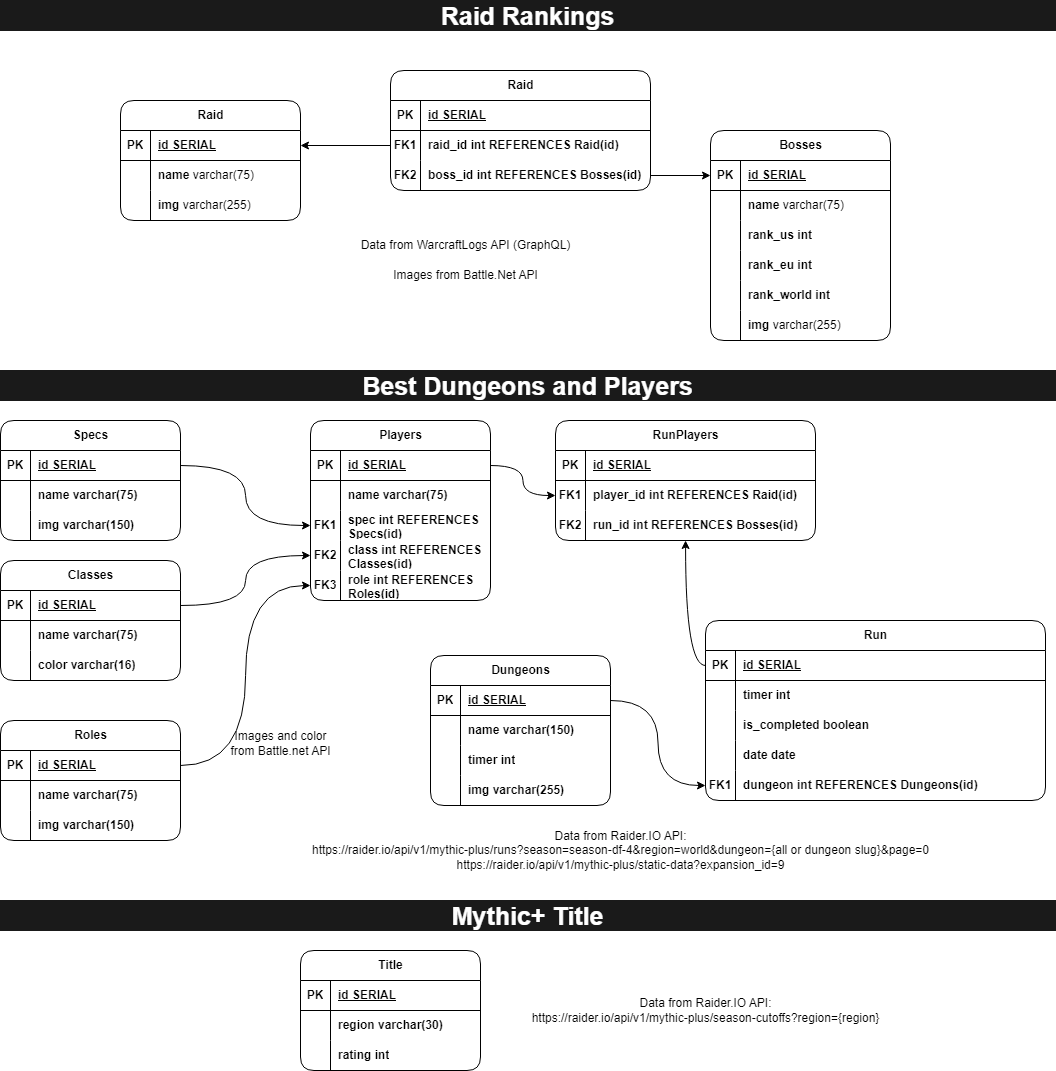
Above: assets/diagrams-entities-relationship.drawio.png in equix1/wow-info (draw.io), before the change. Source tidied: cells renumbered, new cells last; positions are measured from the earlier drawing's top-left corner, leaving out a move shared by most shapes.
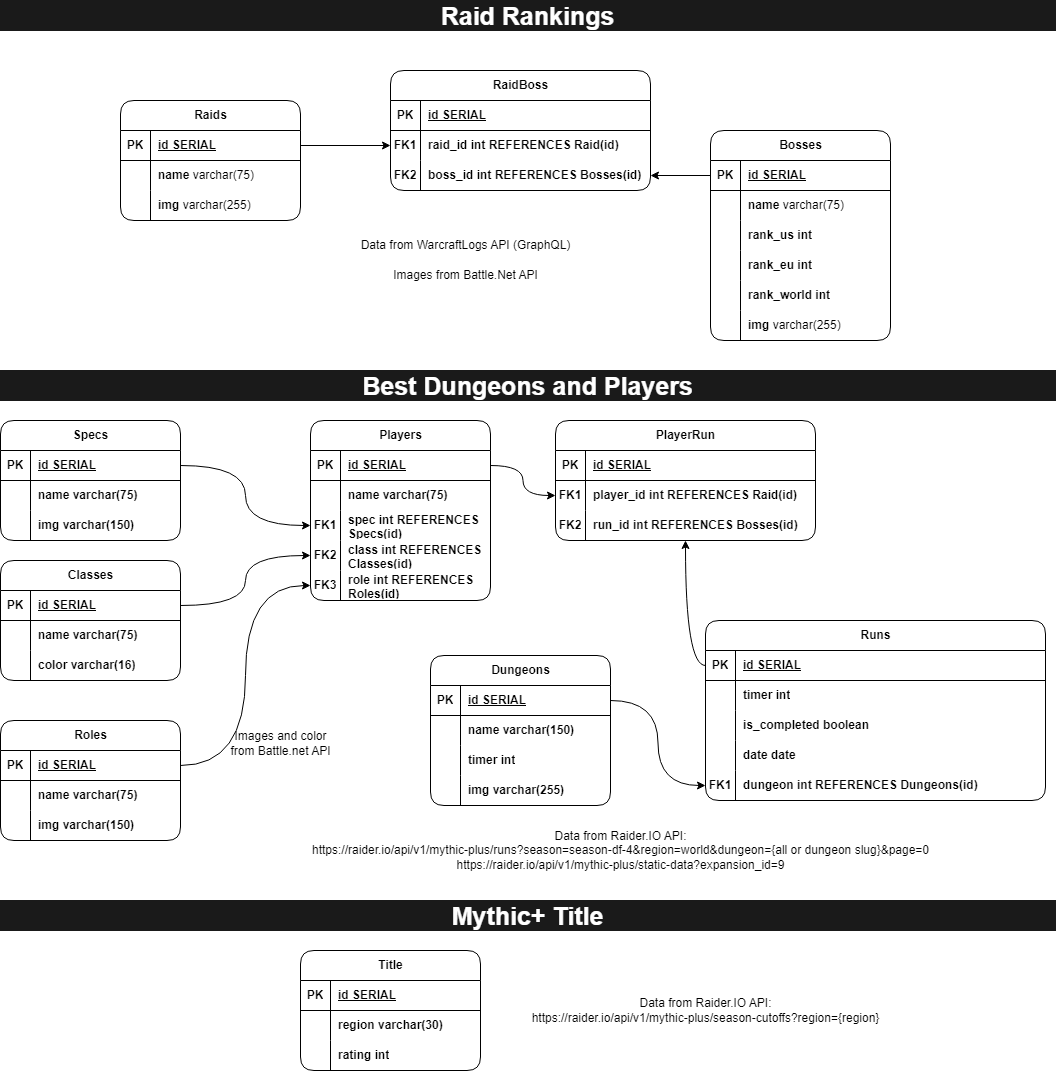
After the change.

What changed in the source:
```diff
@@ -2,7 +2,7 @@
   <root>
     <mxCell id="0" />
     <mxCell id="1" parent="0" />
-    <mxCell id="2" value="Raid" style="shape=table;startSize=30;rowLines=0;fontStyle=1;align=center;html=1;rounded=1;" parent="1" vertex="1">
+    <mxCell id="2" value="Raids" style="shape=table;startSize=30;rowLines=0;fontStyle=1;align=center;html=1;rounded=1;" parent="1" vertex="1">
       <mxGeometry x="120" y="100" width="180" height="120" as="geometry" />
     </mxCell>
     <mxCell id="3" style="shape=tableRow;horizontal=0;startSize=0;swimlaneHead=0;swimlaneBody=0;fillColor=none;points=[[0,0.5],[1,0.5]];portConstraint=eastwest;top=0;left=0;right=0;bottom=1;" parent="2" vertex="1">
@@ -89,7 +89,7 @@
     <mxCell id="30" value="img &lt;span style=&quot;font-weight: normal;&quot;&gt;varchar(255)&lt;/span&gt;" style="shape=partialRectangle;fillColor=none;top=0;left=0;bottom=0;right=0;align=left;spacingLeft=6;overflow=hidden;whiteSpace=wrap;html=1;fontStyle=1;" parent="28" vertex="1">
       <mxGeometry x="30" width="150" height="30" as="geometry" />
     </mxCell>
-    <mxCell id="31" value="Raid" style="shape=table;startSize=30;rowLines=0;fontStyle=1;align=center;html=1;rounded=1;" parent="1" vertex="1">
+    <mxCell id="31" value="RaidBoss" style="shape=table;startSize=30;rowLines=0;fontStyle=1;align=center;html=1;rounded=1;" parent="1" vertex="1">
       <mxGeometry x="390" y="70" width="260" height="120" as="geometry" />
     </mxCell>
     <mxCell id="32" style="shape=tableRow;horizontal=0;startSize=0;swimlaneHead=0;swimlaneBody=0;fillColor=none;top=0;left=0;right=0;bottom=1;" parent="31" vertex="1">
@@ -119,10 +119,10 @@
     <mxCell id="40" value="&lt;span style=&quot;text-wrap: nowrap;&quot;&gt;boss_id int REFERENCES Bosses(id)&lt;/span&gt;" style="shape=partialRectangle;fillColor=none;top=0;left=0;bottom=0;right=0;align=left;spacingLeft=6;overflow=hidden;whiteSpace=wrap;html=1;fontStyle=1;" parent="38" vertex="1">
       <mxGeometry x="30" width="230" height="30" as="geometry" />
     </mxCell>
-    <mxCell id="41" style="edgeStyle=orthogonalEdgeStyle;rounded=0;jettySize=auto;html=1;exitX=1;exitY=0.5;exitDx=0;exitDy=0;entryX=0;entryY=0.5;entryDx=0;entryDy=0;" parent="1" edge="1" source="38" target="13">
+    <mxCell id="41" style="edgeStyle=orthogonalEdgeStyle;rounded=0;jettySize=auto;html=1;exitX=1;exitY=0.5;exitDx=0;exitDy=0;entryX=0;entryY=0.5;entryDx=0;entryDy=0;startArrow=classic;startFill=1;endArrow=none;endFill=0;" parent="1" edge="1" source="38" target="13">
       <mxGeometry relative="1" as="geometry" />
     </mxCell>
-    <mxCell id="42" style="edgeStyle=orthogonalEdgeStyle;rounded=0;jettySize=auto;html=1;exitX=0;exitY=0.5;exitDx=0;exitDy=0;entryX=1;entryY=0.5;entryDx=0;entryDy=0;" parent="1" edge="1" source="35" target="3">
+    <mxCell id="42" style="edgeStyle=orthogonalEdgeStyle;rounded=0;jettySize=auto;html=1;exitX=0;exitY=0.5;exitDx=0;exitDy=0;entryX=1;entryY=0.5;entryDx=0;entryDy=0;startArrow=classic;startFill=1;endArrow=none;endFill=0;" parent="1" edge="1" source="35" target="3">
       <mxGeometry relative="1" as="geometry" />
     </mxCell>
     <mxCell id="43" value="Title" style="shape=table;startSize=30;rowLines=0;fontStyle=1;align=center;html=1;rounded=1;" parent="1" vertex="1">
@@ -155,7 +155,7 @@
     <mxCell id="52" value="rating int" style="shape=partialRectangle;fillColor=none;top=0;left=0;bottom=0;right=0;align=left;spacingLeft=6;overflow=hidden;whiteSpace=wrap;html=1;fontStyle=1;" parent="50" vertex="1">
       <mxGeometry x="30" width="150" height="30" as="geometry" />
     </mxCell>
-    <mxCell id="53" value="Run" style="shape=table;startSize=30;rowLines=0;fontStyle=1;align=center;html=1;rounded=1;" parent="1" vertex="1">
+    <mxCell id="53" value="Runs" style="shape=table;startSize=30;rowLines=0;fontStyle=1;align=center;html=1;rounded=1;" parent="1" vertex="1">
       <mxGeometry x="705" y="620" width="340" height="180" as="geometry" />
     </mxCell>
     <mxCell id="54" style="shape=tableRow;horizontal=0;startSize=0;swimlaneHead=0;swimlaneBody=0;fillColor=none;points=[[0,0.5],[1,0.5]];portConstraint=eastwest;top=0;left=0;right=0;bottom=1;" parent="53" vertex="1">
@@ -251,7 +251,7 @@
     <mxCell id="84" value="role int REFERENCES Roles(id)" style="shape=partialRectangle;fillColor=none;top=0;left=0;bottom=0;right=0;align=left;spacingLeft=6;overflow=hidden;whiteSpace=wrap;html=1;fontStyle=1;" parent="82" vertex="1">
       <mxGeometry x="30" width="150" height="30" as="geometry" />
     </mxCell>
-    <mxCell id="85" value="RunPlayers" style="shape=table;startSize=30;rowLines=0;fontStyle=1;align=center;html=1;rounded=1;" parent="1" vertex="1">
+    <mxCell id="85" value="PlayerRun" style="shape=table;startSize=30;rowLines=0;fontStyle=1;align=center;html=1;rounded=1;" parent="1" vertex="1">
       <mxGeometry x="555" y="420" width="260" height="120" as="geometry" />
     </mxCell>
     <mxCell id="86" style="shape=tableRow;horizontal=0;startSize=0;swimlaneHead=0;swimlaneBody=0;fillColor=none;top=0;left=0;right=0;bottom=1;" parent="85" vertex="1">
```
